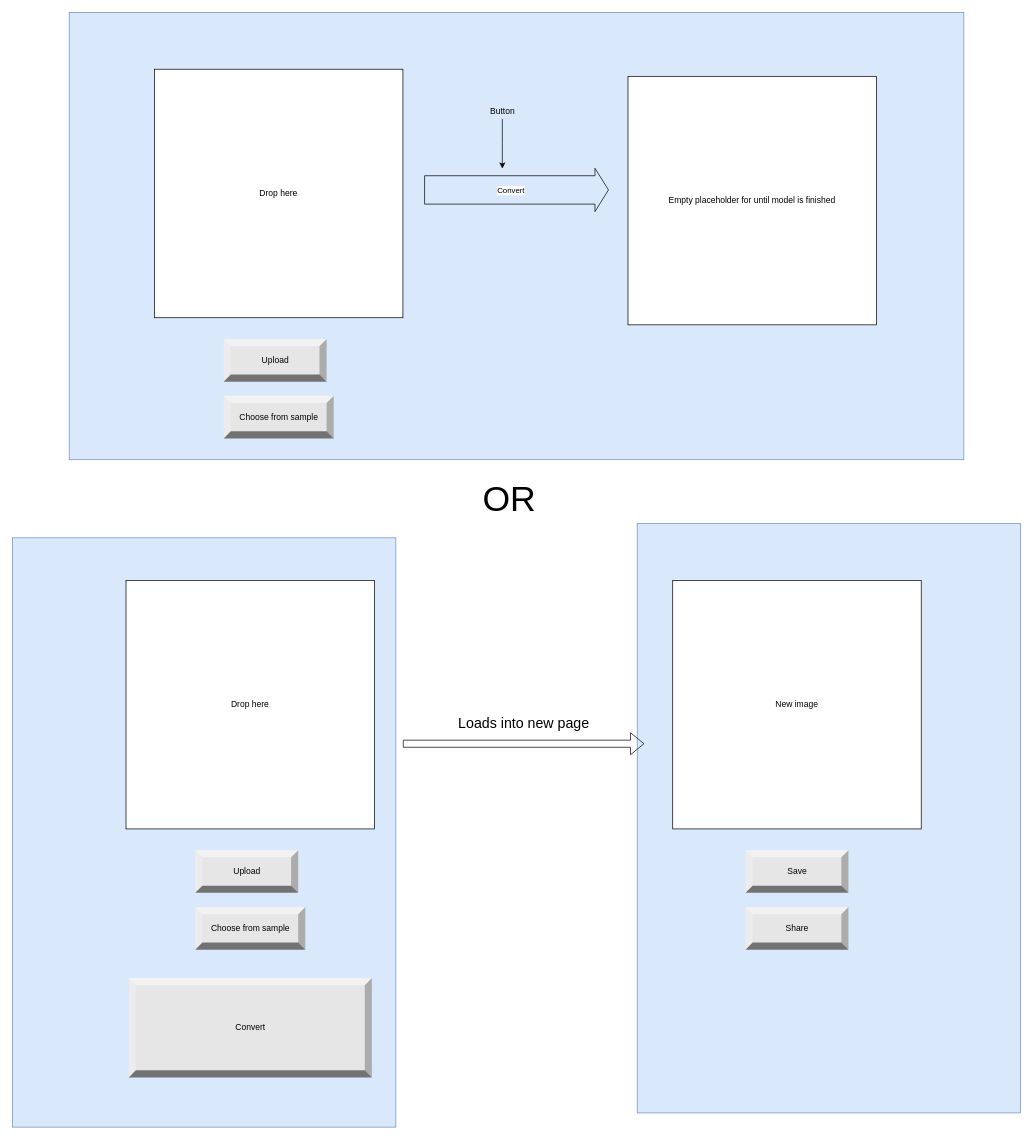
CS-FinalProject/StyleTransfer keeps this draw.io diagram as assets/GUI.drawio. Above is the earlier version. Source tidied: cells renumbered, new cells numbered last; positions are measured from the earlier drawing's top-left corner, leaving out a move shared by most shapes. Both pictures are drawn from the tidied source at 71%, with x=0, y=0 at pixel (12, 12).
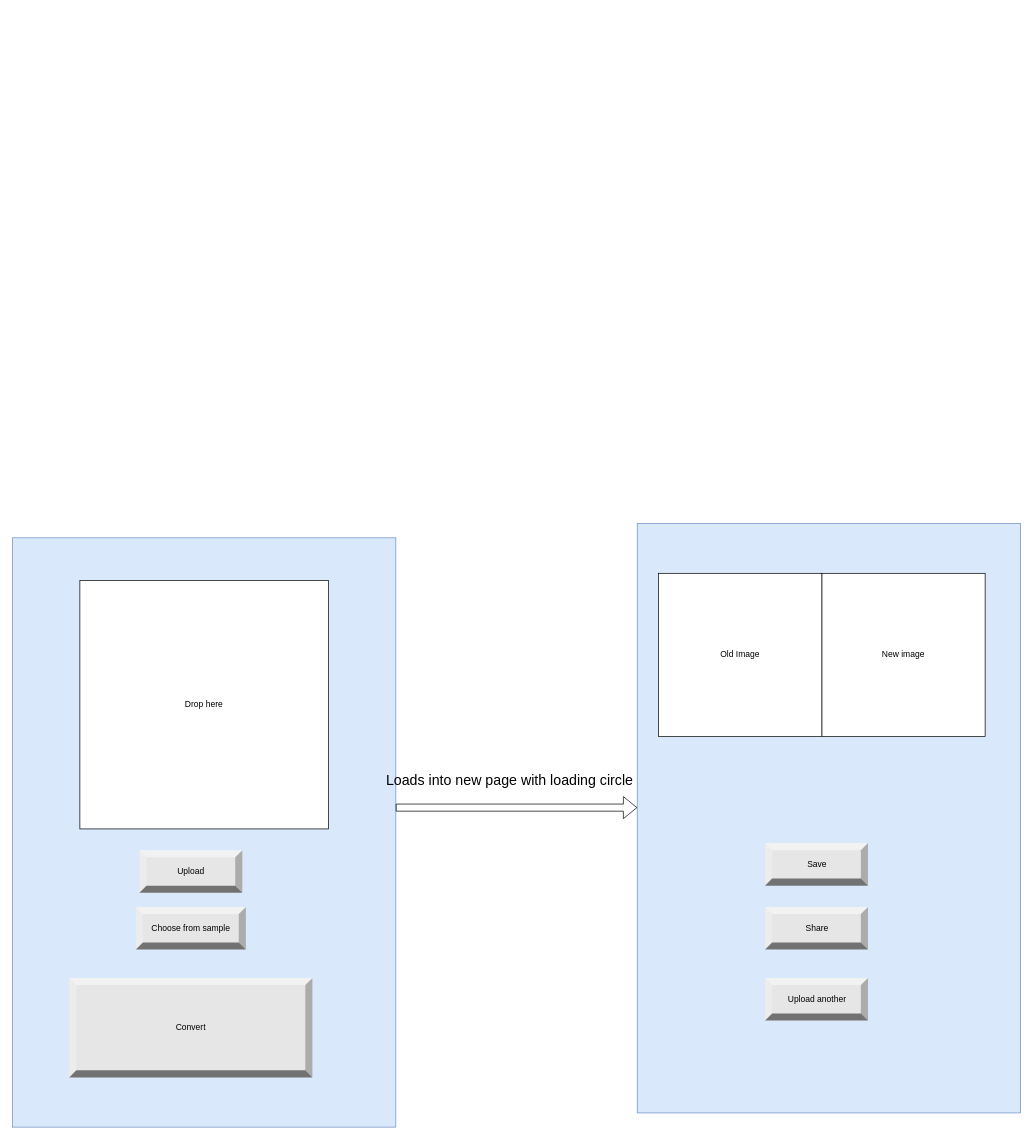
Above is the later version.

Diff of the diagram source:
```diff
@@
-    <mxCell id="4" style="rounded=0;whiteSpace=wrap;html=1;fontSize=20;fillColor=#dae8fc;strokeColor=#6c8ebf;" parent="1" vertex="1">
-      <mxGeometry x="80" width="1260" height="630" as="geometry" />
-    </mxCell>
-    <mxCell id="5" value="Drop here" style="whiteSpace=wrap;html=1;" parent="1" vertex="1">
-      <mxGeometry x="200" y="80" width="350" height="350" as="geometry" />
-    </mxCell>
-    <mxCell id="6" value="Upload" style="labelPosition=center;verticalLabelPosition=middle;align=center;html=1;shape=mxgraph.basic.shaded_button;dx=10;fillColor=#E6E6E6;strokeColor=none;" parent="1" vertex="1">
-      <mxGeometry x="297.5" y="460" width="145" height="60" as="geometry" />
-    </mxCell>
-    <mxCell id="7" value="Choose from sample" style="labelPosition=center;verticalLabelPosition=middle;align=center;html=1;shape=mxgraph.basic.shaded_button;dx=10;fillColor=#E6E6E6;strokeColor=none;" parent="1" vertex="1">
-      <mxGeometry x="297.5" y="540" width="155" height="60" as="geometry" />
-    </mxCell>
-    <mxCell id="8" style="shape=flexArrow;endArrow=classic;html=1;rounded=0;width=40;" parent="1" edge="1">
-      <mxGeometry relative="1" as="geometry">
-        <mxPoint x="580" y="250" as="sourcePoint" />
-        <mxPoint x="840" y="250" as="targetPoint" />
-      </mxGeometry>
-    </mxCell>
-    <mxCell id="9" value="Convert" style="edgeLabel;html=1;align=center;verticalAlign=middle;" parent="8" vertex="1">
-      <mxGeometry x="0.51" y="-5" relative="1" as="geometry">
-        <mxPoint x="-75" y="-5" as="offset" />
-      </mxGeometry>
-    </mxCell>
-    <mxCell id="10" style="edgeStyle=orthogonalEdgeStyle;rounded=0;jettySize=auto;html=1;" parent="1" edge="1" source="11">
-      <mxGeometry relative="1" as="geometry">
-        <mxPoint x="690" y="220" as="targetPoint" />
-      </mxGeometry>
-    </mxCell>
-    <mxCell id="11" value="Button" style="text;html=1;align=center;verticalAlign=middle;points=[];strokeColor=none;fillColor=none;" parent="1" vertex="1">
-      <mxGeometry x="665" y="130" width="50" height="20" as="geometry" />
-    </mxCell>
-    <mxCell id="12" value="Empty placeholder for until model is finished" style="whiteSpace=wrap;html=1;" parent="1" vertex="1">
-      <mxGeometry x="867" y="90" width="350" height="350" as="geometry" />
-    </mxCell>
     <mxCell id="13" value="Drop here" style="whiteSpace=wrap;html=1;" parent="1" vertex="1">
-      <mxGeometry x="160" y="800" width="350" height="350" as="geometry" />
+      <mxGeometry x="95" y="800" width="350" height="350" as="geometry" />
     </mxCell>
     <mxCell id="14" value="Upload" style="labelPosition=center;verticalLabelPosition=middle;align=center;html=1;shape=mxgraph.basic.shaded_button;dx=10;fillColor=#E6E6E6;strokeColor=none;" parent="1" vertex="1">
-      <mxGeometry x="257.5" y="1180" width="145" height="60" as="geometry" />
+      <mxGeometry x="178.8" y="1180" width="145" height="60" as="geometry" />
     </mxCell>
     <mxCell id="15" value="Choose from sample" style="labelPosition=center;verticalLabelPosition=middle;align=center;html=1;shape=mxgraph.basic.shaded_button;dx=10;fillColor=#E6E6E6;strokeColor=none;" parent="1" vertex="1">
-      <mxGeometry x="257.5" y="1260" width="155" height="60" as="geometry" />
+      <mxGeometry x="173.8" y="1260" width="155" height="60" as="geometry" />
     </mxCell>
-    <mxCell id="16" value="&lt;font style=&quot;font-size: 50px;&quot;&gt;OR&lt;/font&gt;" style="text;html=1;strokeColor=none;fillColor=none;align=center;verticalAlign=middle;whiteSpace=wrap;rounded=0;" parent="1" vertex="1">
-      <mxGeometry x="660" y="660" width="80" height="50" as="geometry" />
-    </mxCell>
     <mxCell id="17" value="Convert" style="labelPosition=center;verticalLabelPosition=middle;align=center;html=1;shape=mxgraph.basic.shaded_button;dx=10;fillColor=#E6E6E6;strokeColor=none;" parent="1" vertex="1">
-      <mxGeometry x="163.8" y="1360" width="342.5" height="140" as="geometry" />
+      <mxGeometry x="80" y="1360" width="342.5" height="140" as="geometry" />
     </mxCell>
     <mxCell id="18" style="shape=flexArrow;endArrow=classic;html=1;rounded=0;fontSize=50;" parent="1" edge="1">
       <mxGeometry relative="1" as="geometry">
-        <mxPoint x="550" y="1030" as="sourcePoint" />
-        <mxPoint x="890" y="1030" as="targetPoint" />
+        <mxPoint x="540" y="1120" as="sourcePoint" />
+        <mxPoint x="880" y="1120" as="targetPoint" />
       </mxGeometry>
     </mxCell>
-    <mxCell id="19" value="&lt;font style=&quot;font-size: 20px;&quot;&gt;Loads into new page&lt;/font&gt;" style="text;html=1;align=center;verticalAlign=middle;strokeColor=none;fillColor=none;fontSize=50;" parent="1" vertex="1">
-      <mxGeometry x="620" y="950" width="200" height="80" as="geometry" />
+    <mxCell id="19" value="&lt;font style=&quot;font-size: 20px;&quot;&gt;Loads into new page with loading circle&lt;/font&gt;" style="text;html=1;align=center;verticalAlign=middle;strokeColor=none;fillColor=none;fontSize=50;" parent="1" vertex="1">
+      <mxGeometry x="520" y="1030" width="360" height="80" as="geometry" />
     </mxCell>
     <mxCell id="20" value="New image" style="whiteSpace=wrap;html=1;" parent="1" vertex="1">
-      <mxGeometry x="930" y="800" width="350" height="350" as="geometry" />
+      <mxGeometry x="1140" y="790" width="230" height="230" as="geometry" />
     </mxCell>
     <mxCell id="21" value="Save" style="labelPosition=center;verticalLabelPosition=middle;align=center;html=1;shape=mxgraph.basic.shaded_button;dx=10;fillColor=#E6E6E6;strokeColor=none;" parent="1" vertex="1">
-      <mxGeometry x="1032.5" y="1180" width="145" height="60" as="geometry" />
+      <mxGeometry x="1060" y="1170" width="145" height="60" as="geometry" />
     </mxCell>
     <mxCell id="22" value="Share" style="labelPosition=center;verticalLabelPosition=middle;align=center;html=1;shape=mxgraph.basic.shaded_button;dx=10;fillColor=#E6E6E6;strokeColor=none;" parent="1" vertex="1">
-      <mxGeometry x="1032.5" y="1260" width="145" height="60" as="geometry" />
+      <mxGeometry x="1060" y="1260" width="145" height="60" as="geometry" />
     </mxCell>
+    <mxCell id="23" value="Upload another" style="labelPosition=center;verticalLabelPosition=middle;align=center;html=1;shape=mxgraph.basic.shaded_button;dx=10;fillColor=#E6E6E6;strokeColor=none;" parent="1" vertex="1">
+      <mxGeometry x="1060" y="1360" width="145" height="60" as="geometry" />
+    </mxCell>
+    <mxCell id="24" value="Old Image" style="whiteSpace=wrap;html=1;" parent="1" vertex="1">
+      <mxGeometry x="910" y="790" width="230" height="230" as="geometry" />
+    </mxCell>
```
